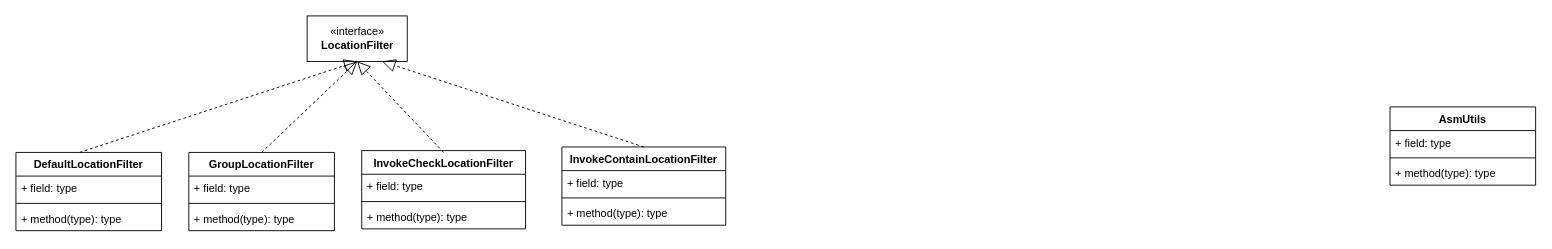
tadsimons/draw keeps this draw.io diagram as bytekit.drawio. Above is the earlier version. Source tidied: cells renumbered, new cells numbered last; positions are measured from the earlier drawing's top-left corner, leaving out a move shared by most shapes. Both pictures are drawn from the tidied source at 91%, with x=0, y=0 at pixel (15, 15).
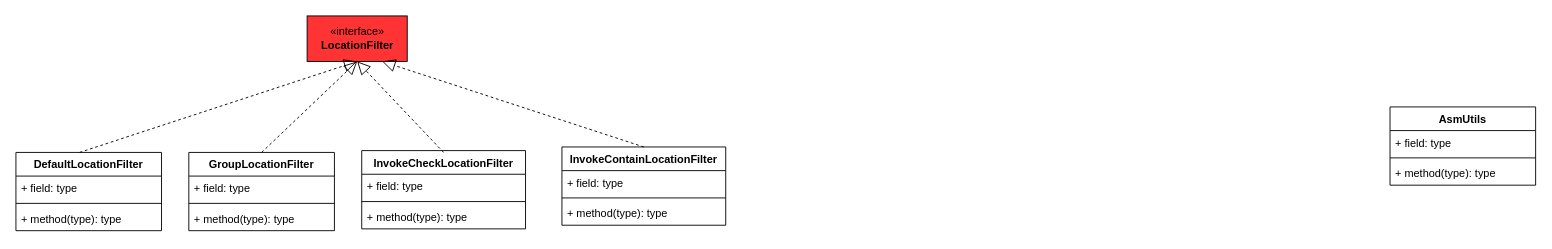
After the change.

The edit, as a diff of the source:
```diff
@@
-    <mxCell id="2" value="«interface»&lt;br&gt;&lt;b&gt;LocationFilter&lt;/b&gt;" style="html=1;" parent="1" vertex="1">
+    <mxCell id="2" value="«interface»&lt;br&gt;&lt;b&gt;LocationFilter&lt;/b&gt;" style="html=1;fillColor=#FF3333;" parent="1" vertex="1">
       <mxGeometry x="320" width="110" height="50" as="geometry" />
     </mxCell>
```
